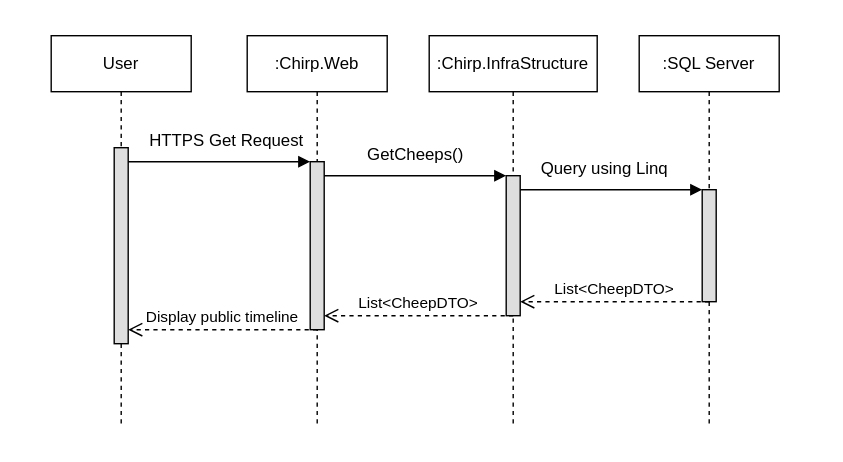
Above: docs/Diagrams/SequenceDiagram.drawio.svg in ITU-BDSA2024-GROUP22/Chirp (draw.io), before the change. Source tidied: cells renumbered, new cells last; positions are measured from the earlier drawing's top-left corner, leaving out a move shared by most shapes.
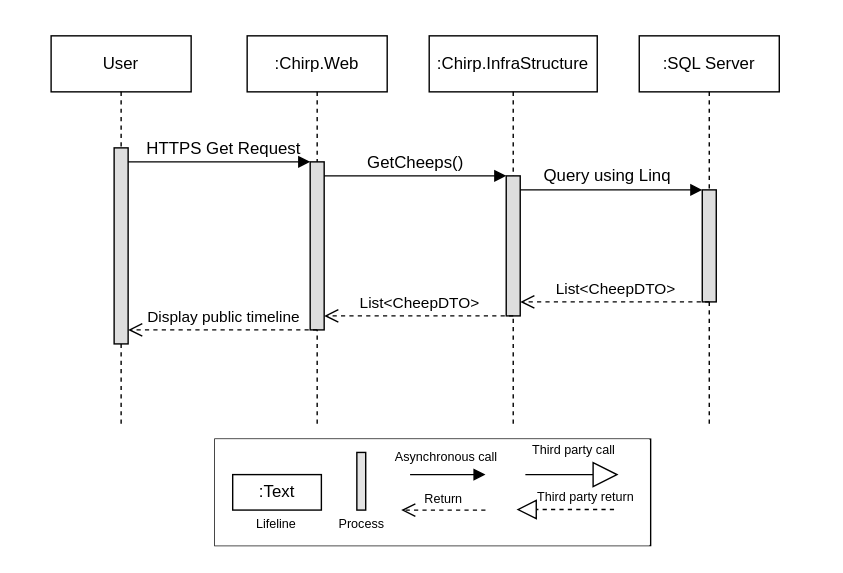
The same diagram one commit later.

Commit message:
added legend for sequence diagram

Change to the diagram source:
```diff
@@ -3,7 +3,7 @@
     <mxCell id="0" />
     <mxCell id="1" parent="0" />
     <mxCell id="2" style="group;" parent="1" vertex="1">
-      <mxGeometry x="36" y="25" width="564" height="304" as="geometry" />
+      <mxGeometry x="36" y="25" width="564" height="383" as="geometry" />
     </mxCell>
     <mxCell id="3" style="rounded=0;whiteSpace=wrap;html=1;strokeColor=#ffffff;" parent="2" vertex="1">
       <mxGeometry x="-36" y="-25" width="600" height="329" as="geometry" />
@@ -89,13 +89,70 @@
       </mxGeometry>
     </mxCell>
     <mxCell id="18" value="HTTPS Get Request" style="text;html=1;align=center;verticalAlign=middle;strokeColor=none;fillColor=none;" parent="2" vertex="1">
-      <mxGeometry x="60" y="60" width="130" height="30" as="geometry" />
+      <mxGeometry x="58" y="66" width="130" height="30" as="geometry" />
     </mxCell>
     <mxCell id="19" value="GetCheeps()" style="text;html=1;align=center;verticalAlign=middle;strokeColor=none;fillColor=none;" parent="2" vertex="1">
-      <mxGeometry x="215" y="70" width="90" height="30" as="geometry" />
+      <mxGeometry x="215" y="76" width="90" height="30" as="geometry" />
     </mxCell>
     <mxCell id="20" value="Query using Linq" style="text;html=1;align=center;verticalAlign=middle;strokeColor=none;fillColor=none;" parent="2" vertex="1">
-      <mxGeometry x="340" y="80" width="110" height="30" as="geometry" />
+      <mxGeometry x="342" y="85" width="110" height="30" as="geometry" />
     </mxCell>
+    <mxCell id="21" style="group;strokeColor=default;strokeWidth=1;" parent="2" vertex="1">
+      <mxGeometry x="117" y="288" width="311.1" height="76" as="geometry" />
+    </mxCell>
+    <mxCell id="22" style="rounded=0;whiteSpace=wrap;html=1;strokeColor=none;" parent="21" vertex="1">
+      <mxGeometry width="310.3" height="76" as="geometry" />
+    </mxCell>
+    <mxCell id="23" value=":Text" style="shape=umlLifeline;perimeter=lifelinePerimeter;whiteSpace=wrap;html=1;newEdgeStyle={&quot;edgeStyle&quot;:&quot;elbowEdgeStyle&quot;,&quot;elbow&quot;:&quot;vertical&quot;,&quot;curved&quot;:0,&quot;rounded&quot;:0};" parent="21" vertex="1">
+      <mxGeometry x="12.7" y="25.3" width="63.3" height="25.3" as="geometry" />
+    </mxCell>
+    <mxCell id="24" style="html=1;verticalAlign=bottom;endArrow=block;edgeStyle=elbowEdgeStyle;elbow=vertical;curved=0;rounded=0;" parent="21" edge="1">
+      <mxGeometry x="0.01" relative="1" as="geometry">
+        <mxPoint x="139.3" y="25.3" as="sourcePoint" />
+        <mxPoint x="193.2" y="25.3" as="targetPoint" />
+        <Array as="points">
+          <mxPoint x="193.2" y="25.3" />
+        </Array>
+      </mxGeometry>
+    </mxCell>
+    <mxCell id="25" value="&lt;font style=&quot;font-size: 9px;&quot;&gt;Return&lt;/font&gt;" style="html=1;verticalAlign=bottom;endArrow=open;dashed=1;endSize=8;edgeStyle=elbowEdgeStyle;elbow=vertical;curved=0;rounded=0;" parent="21" edge="1">
+      <mxGeometry relative="1" as="geometry">
+        <mxPoint x="193.2" y="50.7" as="sourcePoint" />
+        <mxPoint x="133" y="50.7" as="targetPoint" />
+        <Array as="points">
+          <mxPoint x="193.2" y="50.7" />
+        </Array>
+      </mxGeometry>
+    </mxCell>
+    <mxCell id="26" style="html=1;perimeter=orthogonalPerimeter;targetShapes=umlLifeline;newEdgeStyle={&quot;edgeStyle&quot;:&quot;elbowEdgeStyle&quot;,&quot;elbow&quot;:&quot;vertical&quot;,&quot;curved&quot;:0,&quot;rounded&quot;:0};fillColor=#e3e3e3;" parent="21" vertex="1">
+      <mxGeometry x="101.3" y="9.5" width="6.3" height="41.2" as="geometry" />
+    </mxCell>
+    <mxCell id="27" value="&lt;font style=&quot;font-size: 9px;&quot;&gt;Process&lt;/font&gt;" style="text;html=1;align=center;verticalAlign=middle;whiteSpace=wrap;rounded=0;" parent="21" vertex="1">
+      <mxGeometry x="85.5" y="50.7" width="38" height="19" as="geometry" />
+    </mxCell>
+    <mxCell id="28" value="&lt;font style=&quot;font-size: 9px;&quot;&gt;Lifeline&lt;/font&gt;" style="text;html=1;align=center;verticalAlign=middle;whiteSpace=wrap;rounded=0;" parent="21" vertex="1">
+      <mxGeometry x="25.3" y="50.7" width="38" height="19" as="geometry" />
+    </mxCell>
+    <mxCell id="29" value="&lt;font style=&quot;font-size: 9px;&quot;&gt;Asynchronous call&lt;/font&gt;" style="text;html=1;align=center;verticalAlign=middle;whiteSpace=wrap;rounded=0;" parent="21" vertex="1">
+      <mxGeometry x="123.5" y="2" width="83.1" height="19" as="geometry" />
+    </mxCell>
+    <mxCell id="30" style="endArrow=block;endSize=16;endFill=0;html=1;rounded=0;" parent="21" edge="1">
+      <mxGeometry relative="1" as="geometry">
+        <mxPoint x="221.7" y="25.3" as="sourcePoint" />
+        <mxPoint x="288.2" y="25.3" as="targetPoint" />
+      </mxGeometry>
+    </mxCell>
+    <mxCell id="31" value="&lt;font style=&quot;font-size: 9px;&quot;&gt;Third party call&lt;/font&gt;" style="text;html=1;align=center;verticalAlign=middle;whiteSpace=wrap;rounded=0;" parent="21" vertex="1">
+      <mxGeometry x="222.2" y="-3" width="68.5" height="19" as="geometry" />
+    </mxCell>
+    <mxCell id="32" style="endArrow=block;dashed=1;endFill=0;endSize=12;html=1;rounded=0;" parent="21" edge="1">
+      <mxGeometry relative="1" as="geometry">
+        <mxPoint x="285" y="50.3" as="sourcePoint" />
+        <mxPoint x="215.3" y="50.3" as="targetPoint" />
+      </mxGeometry>
+    </mxCell>
+    <mxCell id="33" value="&lt;font style=&quot;font-size: 9px;&quot;&gt;Third party return&lt;/font&gt;" style="text;html=1;align=center;verticalAlign=middle;whiteSpace=wrap;rounded=0;" parent="21" vertex="1">
+      <mxGeometry x="221.7" y="31.7" width="86.3" height="19" as="geometry" />
+    </mxCell>
   </root>
 </mxGraphModel>
```
